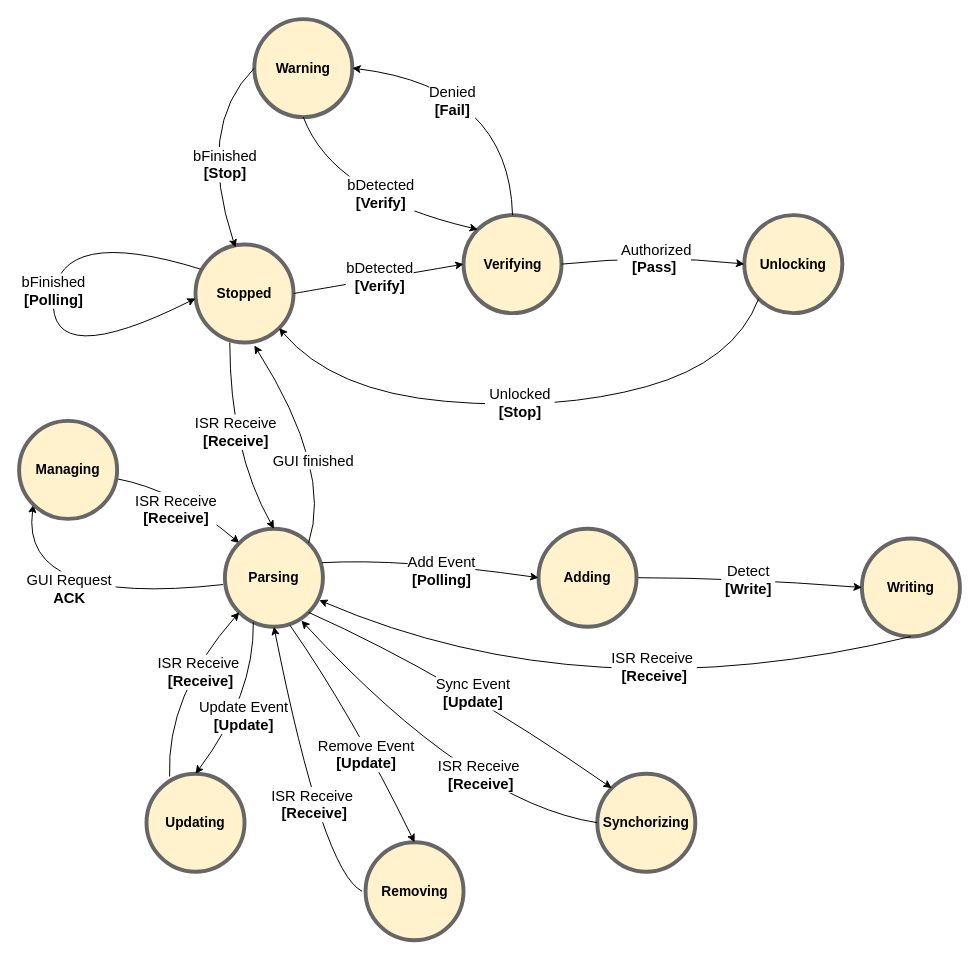
Before: Docs/entire FSM.drawio in trieu1162000/AESD, a draw.io diagram. Source tidied: cells renumbered, new cells numbered last; positions are measured from the earlier drawing's top-left corner, leaving out a move shared by most shapes. Both pictures are drawn from the tidied source at 98%, with x=0, y=0 at pixel (19, 19).
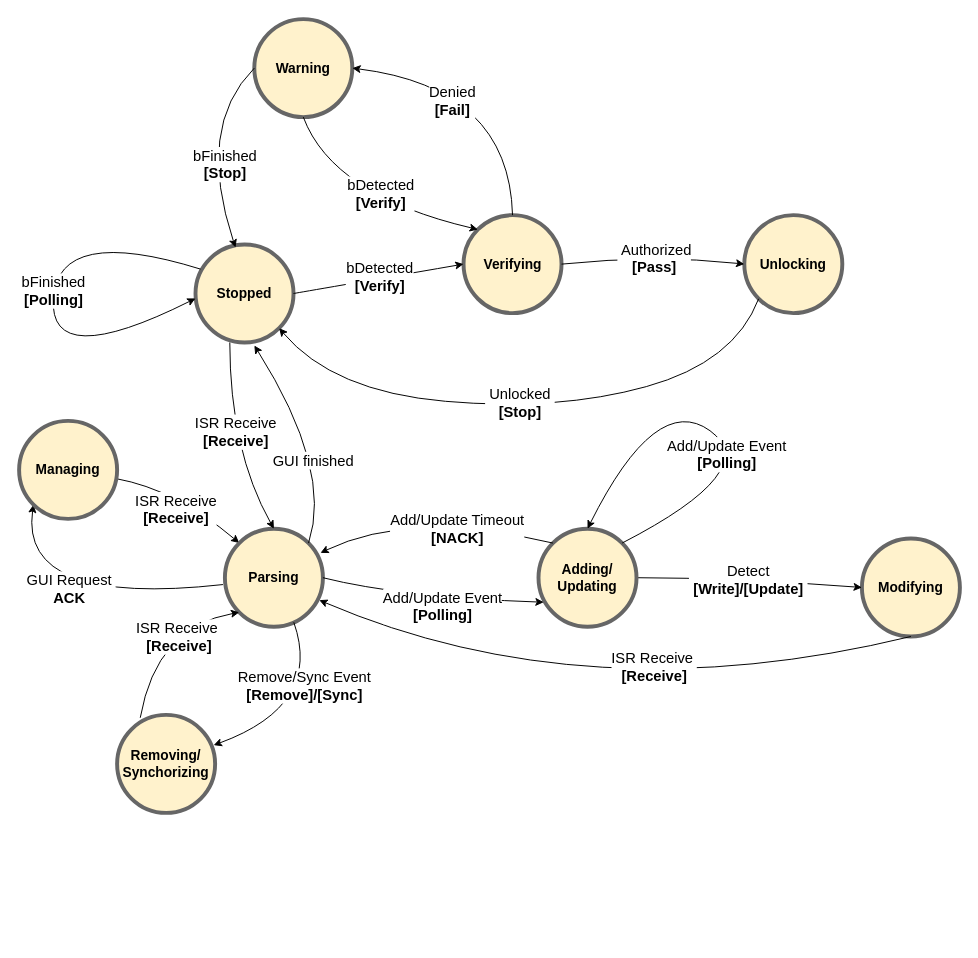
The same diagram, later.

The change refers to these unchanged cells:
```xml
<mxCell id="19" style="curved=1;endArrow=classic;html=1;rounded=0;exitX=1;exitY=0.5;exitDx=0;exitDy=0;entryX=0;entryY=0.5;entryDx=0;entryDy=0;" parent="1" edge="1" source="32" target="18">
  <mxGeometry relative="1" as="geometry">
    <Array as="points">
      <mxPoint x="730" y="570" />
    </Array>
  </mxGeometry>
</mxCell>
<mxCell id="29" value="&lt;span style=&quot;font-size: 14px;&quot;&gt;&lt;b&gt;Parsing&lt;/b&gt;&lt;/span&gt;" style="ellipse;whiteSpace=wrap;html=1;strokeWidth=4;fillColor=#fff2cc;strokeColor=#666666;" parent="1" vertex="1">
  <mxGeometry x="210" y="520" width="100" height="100" as="geometry" />
</mxCell>
```

What changed in the source:
```diff
@@
-    <mxCell id="18" value="&lt;span style=&quot;font-size: 14px;&quot;&gt;&lt;b&gt;Writing&lt;/b&gt;&lt;/span&gt;" style="ellipse;whiteSpace=wrap;html=1;strokeWidth=4;fillColor=#fff2cc;strokeColor=#666666;" parent="1" vertex="1">
+    <mxCell id="18" value="&lt;span style=&quot;font-size: 14px;&quot;&gt;&lt;b&gt;Modifying&lt;/b&gt;&lt;/span&gt;" style="ellipse;whiteSpace=wrap;html=1;strokeWidth=4;fillColor=#fff2cc;strokeColor=#666666;" parent="1" vertex="1">
       <mxGeometry x="860" y="530" width="100" height="100" as="geometry" />
     </mxCell>
@@
-    <mxCell id="20" value="&lt;font style=&quot;font-size: 15px;&quot;&gt;Detect&lt;br&gt;&lt;b&gt;&amp;nbsp;[Write]&amp;nbsp;&lt;/b&gt;&lt;br&gt;&lt;/font&gt;" style="edgeLabel;html=1;align=center;verticalAlign=middle;" parent="19" vertex="1">
+    <mxCell id="20" value="&lt;font style=&quot;font-size: 15px;&quot;&gt;Detect&lt;br&gt;&lt;b&gt;&amp;nbsp;[Write]/[Update]&amp;nbsp;&lt;/b&gt;&lt;br&gt;&lt;/font&gt;" style="edgeLabel;html=1;align=center;verticalAlign=middle;" parent="19" vertex="1">
       <mxGeometry x="0.05" y="5" relative="1" as="geometry">
         <mxPoint x="-8" y="5" as="offset" />
       </mxGeometry>
     </mxCell>
@@
-    <mxCell id="30" value="&lt;span style=&quot;font-size: 14px;&quot;&gt;&lt;b&gt;Removing&lt;/b&gt;&lt;/span&gt;" style="ellipse;whiteSpace=wrap;html=1;strokeWidth=4;fillColor=#fff2cc;strokeColor=#666666;" parent="1" vertex="1">
-      <mxGeometry x="353.5" y="840" width="100" height="100" as="geometry" />
-    </mxCell>
-    <mxCell id="31" value="&lt;span style=&quot;font-size: 14px;&quot;&gt;&lt;b&gt;Updating&lt;/b&gt;&lt;/span&gt;" style="ellipse;whiteSpace=wrap;html=1;strokeWidth=4;fillColor=#fff2cc;strokeColor=#666666;" parent="1" vertex="1">
-      <mxGeometry x="130" y="770" width="100" height="100" as="geometry" />
+    <mxCell id="31" value="&lt;span style=&quot;font-size: 14px;&quot;&gt;&lt;b&gt;Removing/&lt;br&gt;Synchorizing&lt;br&gt;&lt;/b&gt;&lt;/span&gt;" style="ellipse;whiteSpace=wrap;html=1;strokeWidth=4;fillColor=#fff2cc;strokeColor=#666666;" parent="1" vertex="1">
+      <mxGeometry x="100" y="710" width="100" height="100" as="geometry" />
     </mxCell>
-    <mxCell id="32" value="&lt;b style=&quot;border-color: var(--border-color); font-size: 14px;&quot;&gt;Adding&lt;/b&gt;" style="ellipse;whiteSpace=wrap;html=1;strokeWidth=4;fillColor=#fff2cc;strokeColor=#666666;" parent="1" vertex="1">
+    <mxCell id="32" value="&lt;b style=&quot;border-color: var(--border-color); font-size: 14px;&quot;&gt;Adding/&lt;br&gt;Updating&lt;br&gt;&lt;/b&gt;" style="ellipse;whiteSpace=wrap;html=1;strokeWidth=4;fillColor=#fff2cc;strokeColor=#666666;" parent="1" vertex="1">
       <mxGeometry x="530" y="520" width="100" height="100" as="geometry" />
     </mxCell>
-    <mxCell id="33" style="curved=1;endArrow=classic;html=1;rounded=0;exitX=0.99;exitY=0.347;exitDx=0;exitDy=0;entryX=0;entryY=0.5;entryDx=0;entryDy=0;exitPerimeter=0;" parent="1" edge="1" source="29" target="32">
+    <mxCell id="33" style="curved=1;endArrow=classic;html=1;rounded=0;exitX=1;exitY=0.5;exitDx=0;exitDy=0;entryX=0.053;entryY=0.75;entryDx=0;entryDy=0;entryPerimeter=0;" parent="1" edge="1" source="29" target="32">
       <mxGeometry relative="1" as="geometry">
         <Array as="points">
-          <mxPoint x="390" y="550" />
+          <mxPoint x="390" y="590" />
         </Array>
       </mxGeometry>
     </mxCell>
-    <mxCell id="34" value="&lt;font style=&quot;font-size: 15px;&quot;&gt;Add Event&lt;br&gt;&lt;b&gt;&amp;nbsp;[Polling]&amp;nbsp;&lt;/b&gt;&lt;br&gt;&lt;/font&gt;" style="edgeLabel;html=1;align=center;verticalAlign=middle;" parent="33" vertex="1">
+    <mxCell id="34" value="&lt;font style=&quot;font-size: 15px;&quot;&gt;Add/Update Event&lt;br&gt;&lt;b&gt;&amp;nbsp;[Polling]&amp;nbsp;&lt;/b&gt;&lt;br&gt;&lt;/font&gt;" style="edgeLabel;html=1;align=center;verticalAlign=middle;" parent="33" vertex="1">
       <mxGeometry x="0.05" y="5" relative="1" as="geometry">
         <mxPoint x="4" y="12" as="offset" />
       </mxGeometry>
     </mxCell>
     <mxCell id="35" style="curved=1;endArrow=classic;html=1;rounded=0;entryX=0;entryY=1;entryDx=0;entryDy=0;exitX=0.236;exitY=0.029;exitDx=0;exitDy=0;exitPerimeter=0;" parent="1" edge="1" source="31" target="29">
       <mxGeometry relative="1" as="geometry">
         <Array as="points">
-          <mxPoint x="150" y="690" />
+          <mxPoint x="140" y="620" />
         </Array>
       </mxGeometry>
     </mxCell>
     <mxCell id="36" value="&lt;span style=&quot;font-size: 15px;&quot;&gt;ISR Receive&amp;nbsp;&lt;br&gt;&lt;b&gt;[Receive]&lt;/b&gt;&lt;br&gt;&lt;/span&gt;" style="edgeLabel;html=1;align=center;verticalAlign=middle;" parent="35" vertex="1">
       <mxGeometry x="0.01" y="2" relative="1" as="geometry">
-        <mxPoint x="25" y="-11" as="offset" />
+        <mxPoint x="25" y="7" as="offset" />
       </mxGeometry>
     </mxCell>
-    <mxCell id="37" style="curved=1;endArrow=classic;html=1;rounded=0;exitX=0.29;exitY=0.956;exitDx=0;exitDy=0;entryX=0.5;entryY=0;entryDx=0;entryDy=0;exitPerimeter=0;" parent="1" edge="1" source="29" target="31">
+    <mxCell id="37" style="curved=1;endArrow=classic;html=1;rounded=0;exitX=0.703;exitY=0.955;exitDx=0;exitDy=0;entryX=0.985;entryY=0.309;entryDx=0;entryDy=0;exitPerimeter=0;entryPerimeter=0;" parent="1" edge="1" source="29" target="31">
       <mxGeometry relative="1" as="geometry">
         <Array as="points">
-          <mxPoint x="240" y="690" />
+          <mxPoint x="310" y="700" />
         </Array>
       </mxGeometry>
     </mxCell>
-    <mxCell id="38" value="&lt;font style=&quot;font-size: 15px;&quot;&gt;Update Event&lt;br&gt;&lt;b&gt;&amp;nbsp;[Update]&amp;nbsp;&lt;/b&gt;&lt;br&gt;&lt;/font&gt;" style="edgeLabel;html=1;align=center;verticalAlign=middle;" parent="37" vertex="1">
+    <mxCell id="38" value="&lt;font style=&quot;font-size: 15px;&quot;&gt;Remove/Sync Event&lt;br&gt;&lt;b&gt;&amp;nbsp;[Remove]/[Sync]&amp;nbsp;&lt;/b&gt;&lt;br&gt;&lt;/font&gt;" style="edgeLabel;html=1;align=center;verticalAlign=middle;" parent="37" vertex="1">
       <mxGeometry x="0.05" y="5" relative="1" as="geometry">
-        <mxPoint x="-5" y="3" as="offset" />
+        <mxPoint x="-3" y="-32" as="offset" />
       </mxGeometry>
     </mxCell>
-    <mxCell id="39" value="&lt;b style=&quot;border-color: var(--border-color); font-size: 14px;&quot;&gt;Synchorizing&lt;/b&gt;" style="ellipse;whiteSpace=wrap;html=1;strokeWidth=4;fillColor=#fff2cc;strokeColor=#666666;" parent="1" vertex="1">
-      <mxGeometry x="590" y="770" width="100" height="100" as="geometry" />
-    </mxCell>
-    <mxCell id="40" style="curved=1;endArrow=classic;html=1;rounded=0;entryX=0.5;entryY=1;entryDx=0;entryDy=0;" parent="1" edge="1" target="29">
-      <mxGeometry relative="1" as="geometry">
-        <mxPoint x="350" y="890" as="sourcePoint" />
-        <Array as="points">
-          <mxPoint x="310" y="870" />
-        </Array>
-      </mxGeometry>
-    </mxCell>
-    <mxCell id="41" value="&lt;span style=&quot;font-size: 15px;&quot;&gt;ISR Receive&amp;nbsp;&lt;br&gt;&lt;b&gt;[Receive]&lt;/b&gt;&lt;br&gt;&lt;/span&gt;" style="edgeLabel;html=1;align=center;verticalAlign=middle;" parent="40" vertex="1">
-      <mxGeometry x="0.01" y="2" relative="1" as="geometry">
-        <mxPoint x="13" y="34" as="offset" />
-      </mxGeometry>
-    </mxCell>
-    <mxCell id="42" style="curved=1;endArrow=classic;html=1;rounded=0;entryX=0.781;entryY=0.938;entryDx=0;entryDy=0;exitX=0;exitY=0.5;exitDx=0;exitDy=0;entryPerimeter=0;" parent="1" edge="1" source="39" target="29">
-      <mxGeometry relative="1" as="geometry">
-        <Array as="points">
-          <mxPoint x="460" y="800" />
-        </Array>
-      </mxGeometry>
-    </mxCell>
-    <mxCell id="43" value="&lt;span style=&quot;font-size: 15px;&quot;&gt;ISR Receive&amp;nbsp;&lt;br&gt;&lt;b&gt;[Receive]&lt;/b&gt;&lt;br&gt;&lt;/span&gt;" style="edgeLabel;html=1;align=center;verticalAlign=middle;" parent="42" vertex="1">
-      <mxGeometry x="0.01" y="2" relative="1" as="geometry">
-        <mxPoint x="54" y="15" as="offset" />
-      </mxGeometry>
-    </mxCell>
-    <mxCell id="44" style="curved=1;endArrow=classic;html=1;rounded=0;exitX=0.663;exitY=0.984;exitDx=0;exitDy=0;entryX=0.5;entryY=0;entryDx=0;entryDy=0;exitPerimeter=0;" parent="1" edge="1" source="29" target="30">
-      <mxGeometry relative="1" as="geometry">
-        <Array as="points">
-          <mxPoint x="340" y="710" />
-        </Array>
-      </mxGeometry>
-    </mxCell>
-    <mxCell id="45" value="&lt;font style=&quot;font-size: 15px;&quot;&gt;Remove Event&lt;br&gt;&lt;b&gt;&amp;nbsp;[Update]&amp;nbsp;&lt;/b&gt;&lt;br&gt;&lt;/font&gt;" style="edgeLabel;html=1;align=center;verticalAlign=middle;" parent="44" vertex="1">
-      <mxGeometry x="0.05" y="5" relative="1" as="geometry">
-        <mxPoint x="-1" y="21" as="offset" />
-      </mxGeometry>
-    </mxCell>
-    <mxCell id="46" style="curved=1;endArrow=classic;html=1;rounded=0;exitX=1;exitY=1;exitDx=0;exitDy=0;entryX=0;entryY=0;entryDx=0;entryDy=0;" parent="1" edge="1" source="29" target="39">
-      <mxGeometry relative="1" as="geometry">
-        <Array as="points">
-          <mxPoint x="440" y="670" />
-        </Array>
-      </mxGeometry>
-    </mxCell>
-    <mxCell id="47" value="&lt;font style=&quot;font-size: 15px;&quot;&gt;Sync Event&lt;br&gt;&lt;b&gt;&amp;nbsp;[Update]&amp;nbsp;&lt;/b&gt;&lt;br&gt;&lt;/font&gt;" style="edgeLabel;html=1;align=center;verticalAlign=middle;" parent="46" vertex="1">
-      <mxGeometry x="0.05" y="5" relative="1" as="geometry">
-        <mxPoint x="-5" y="3" as="offset" />
-      </mxGeometry>
-    </mxCell>
@@
+    <mxCell id="53" style="curved=1;endArrow=classic;html=1;rounded=0;entryX=0.5;entryY=0;entryDx=0;entryDy=0;exitX=1;exitY=0;exitDx=0;exitDy=0;" parent="1" edge="1" source="32" target="32">
+      <mxGeometry relative="1" as="geometry">
+        <Array as="points">
+          <mxPoint x="760" y="460" />
+          <mxPoint x="650" y="380" />
+        </Array>
+      </mxGeometry>
+    </mxCell>
+    <mxCell id="54" value="&lt;font style=&quot;font-size: 15px;&quot;&gt;Add/Update Event&lt;br&gt;&lt;b style=&quot;border-color: var(--border-color);&quot;&gt;[Polling]&lt;/b&gt;&lt;br&gt;&lt;/font&gt;" style="edgeLabel;html=1;align=center;verticalAlign=middle;" parent="53" vertex="1">
+      <mxGeometry x="0.05" y="5" relative="1" as="geometry">
+        <mxPoint x="26" y="24" as="offset" />
+      </mxGeometry>
+    </mxCell>
+    <mxCell id="55" style="curved=1;endArrow=classic;html=1;rounded=0;exitX=0;exitY=0;exitDx=0;exitDy=0;entryX=0.975;entryY=0.247;entryDx=0;entryDy=0;entryPerimeter=0;" parent="1" edge="1" source="32" target="29">
+      <mxGeometry relative="1" as="geometry">
+        <Array as="points">
+          <mxPoint x="400" y="500" />
+        </Array>
+      </mxGeometry>
+    </mxCell>
+    <mxCell id="56" value="&lt;font style=&quot;font-size: 15px;&quot;&gt;&lt;span style=&quot;border-color: var(--border-color);&quot;&gt;Add/Update Timeout&lt;br&gt;&lt;/span&gt;&lt;b style=&quot;border-color: var(--border-color);&quot;&gt;[NACK]&lt;/b&gt;&lt;br&gt;&lt;/font&gt;" style="edgeLabel;html=1;align=center;verticalAlign=middle;" parent="55" vertex="1">
+      <mxGeometry x="0.05" y="5" relative="1" as="geometry">
+        <mxPoint x="31" y="11" as="offset" />
+      </mxGeometry>
+    </mxCell>
```
